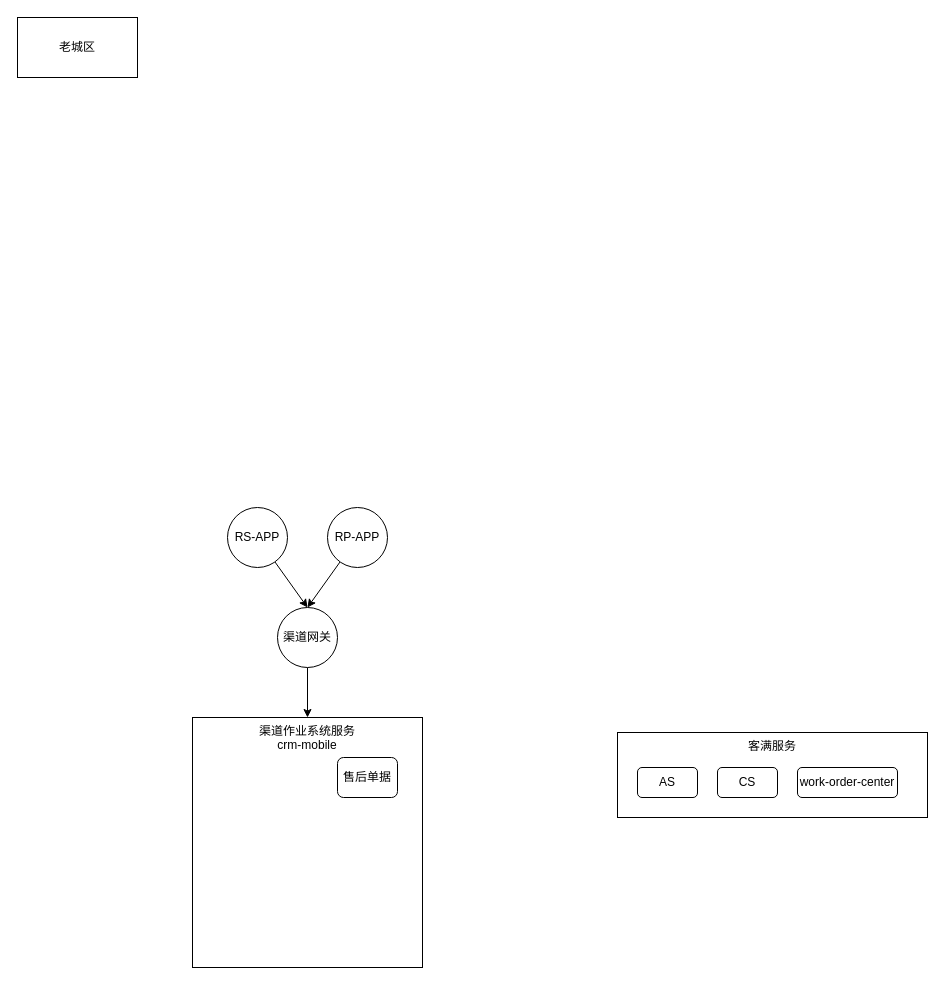
Above: 未命名绘图.drawio in shixiaoding/draw (draw.io), before the change. Source tidied: cells renumbered, new cells numbered last; positions are measured from the earlier drawing's top-left corner, leaving out a move shared by most shapes. Both pictures are drawn from the tidied source at 100%, with x=0, y=0 at pixel (17, 17).
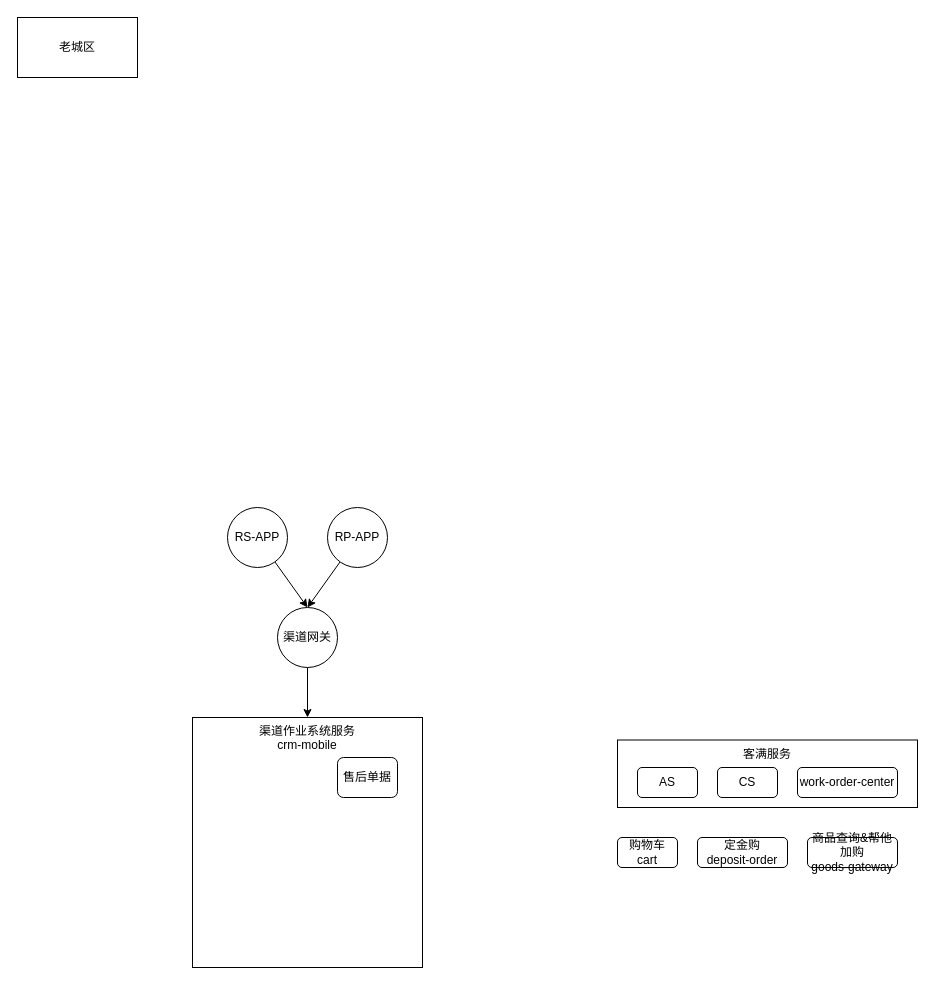
After the change.

Commit message (it also covers changes not shown here):
RS&RP服务关系图.drawio

Change to the diagram source:
```diff
@@
 <mxGraphModel>
   <root>
     <mxCell id="0" />
     <mxCell id="1" parent="0" />
     <mxCell id="2" style="rounded=0;jettySize=auto;html=1;" parent="1" edge="1" source="3">
       <mxGeometry relative="1" as="geometry">
         <mxPoint x="290" y="590" as="targetPoint" />
       </mxGeometry>
     </mxCell>
     <mxCell id="3" value="RS-APP" style="ellipse;whiteSpace=wrap;html=1;" parent="1" vertex="1">
       <mxGeometry x="210" y="490" width="60" height="60" as="geometry" />
     </mxCell>
     <mxCell id="4" style="rounded=0;jettySize=auto;html=1;entryX=0.5;entryY=0;entryDx=0;entryDy=0;" parent="1" edge="1" source="5" target="8">
       <mxGeometry relative="1" as="geometry" />
     </mxCell>
     <mxCell id="5" value="RP-APP" style="ellipse;whiteSpace=wrap;html=1;" parent="1" vertex="1">
       <mxGeometry x="310" y="490" width="60" height="60" as="geometry" />
     </mxCell>
     <mxCell id="6" value="老城区" style="rounded=0;whiteSpace=wrap;html=1;" parent="1" vertex="1">
       <mxGeometry width="120" height="60" as="geometry" />
     </mxCell>
     <mxCell id="7" style="edgeStyle=orthogonalEdgeStyle;rounded=0;jettySize=auto;html=1;entryX=0.5;entryY=0;entryDx=0;entryDy=0;" parent="1" edge="1" source="8" target="9">
       <mxGeometry relative="1" as="geometry" />
     </mxCell>
     <mxCell id="8" value="渠道网关" style="ellipse;whiteSpace=wrap;html=1;" parent="1" vertex="1">
       <mxGeometry x="260" y="590" width="60" height="60" as="geometry" />
     </mxCell>
     <mxCell id="9" value="渠道作业系统服务&lt;br&gt;crm-mobile" style="rounded=0;whiteSpace=wrap;html=1;align=center;verticalAlign=top;" parent="1" vertex="1">
       <mxGeometry x="175" y="700" width="230" height="250" as="geometry" />
     </mxCell>
     <mxCell id="10" value="售后单据" style="rounded=1;whiteSpace=wrap;html=1;" parent="1" vertex="1">
       <mxGeometry x="320" y="740" width="60" height="40" as="geometry" />
     </mxCell>
     <mxCell id="11" value="客满服务&lt;div&gt;&lt;br&gt;&lt;/div&gt;" style="rounded=0;whiteSpace=wrap;html=1;verticalAlign=top;" parent="1" vertex="1">
-      <mxGeometry x="600" y="715" width="310" height="85" as="geometry" />
+      <mxGeometry x="600" y="722.5" width="300" height="67.5" as="geometry" />
     </mxCell>
     <mxCell id="12" value="AS" style="rounded=1;whiteSpace=wrap;html=1;" parent="1" vertex="1">
       <mxGeometry x="620" y="750" width="60" height="30" as="geometry" />
     </mxCell>
     <mxCell id="13" value="CS" style="rounded=1;whiteSpace=wrap;html=1;" parent="1" vertex="1">
       <mxGeometry x="700" y="750" width="60" height="30" as="geometry" />
     </mxCell>
     <mxCell id="14" value="work-order-center" style="rounded=1;whiteSpace=wrap;html=1;" parent="1" vertex="1">
       <mxGeometry x="780" y="750" width="100" height="30" as="geometry" />
     </mxCell>
+    <mxCell id="15" value="购物车&lt;br&gt;cart" style="rounded=1;whiteSpace=wrap;html=1;" parent="1" vertex="1">
+      <mxGeometry x="600" y="820" width="60" height="30" as="geometry" />
+    </mxCell>
+    <mxCell id="16" value="定金购&lt;br&gt;deposit-order" style="rounded=1;whiteSpace=wrap;html=1;" parent="1" vertex="1">
+      <mxGeometry x="680" y="820" width="90" height="30" as="geometry" />
+    </mxCell>
+    <mxCell id="17" value="商品查询&amp;amp;帮他加购&lt;br&gt;goods-gateway" style="rounded=1;whiteSpace=wrap;html=1;" parent="1" vertex="1">
+      <mxGeometry x="790" y="820" width="90" height="30" as="geometry" />
+    </mxCell>
   </root>
 </mxGraphModel>
```
